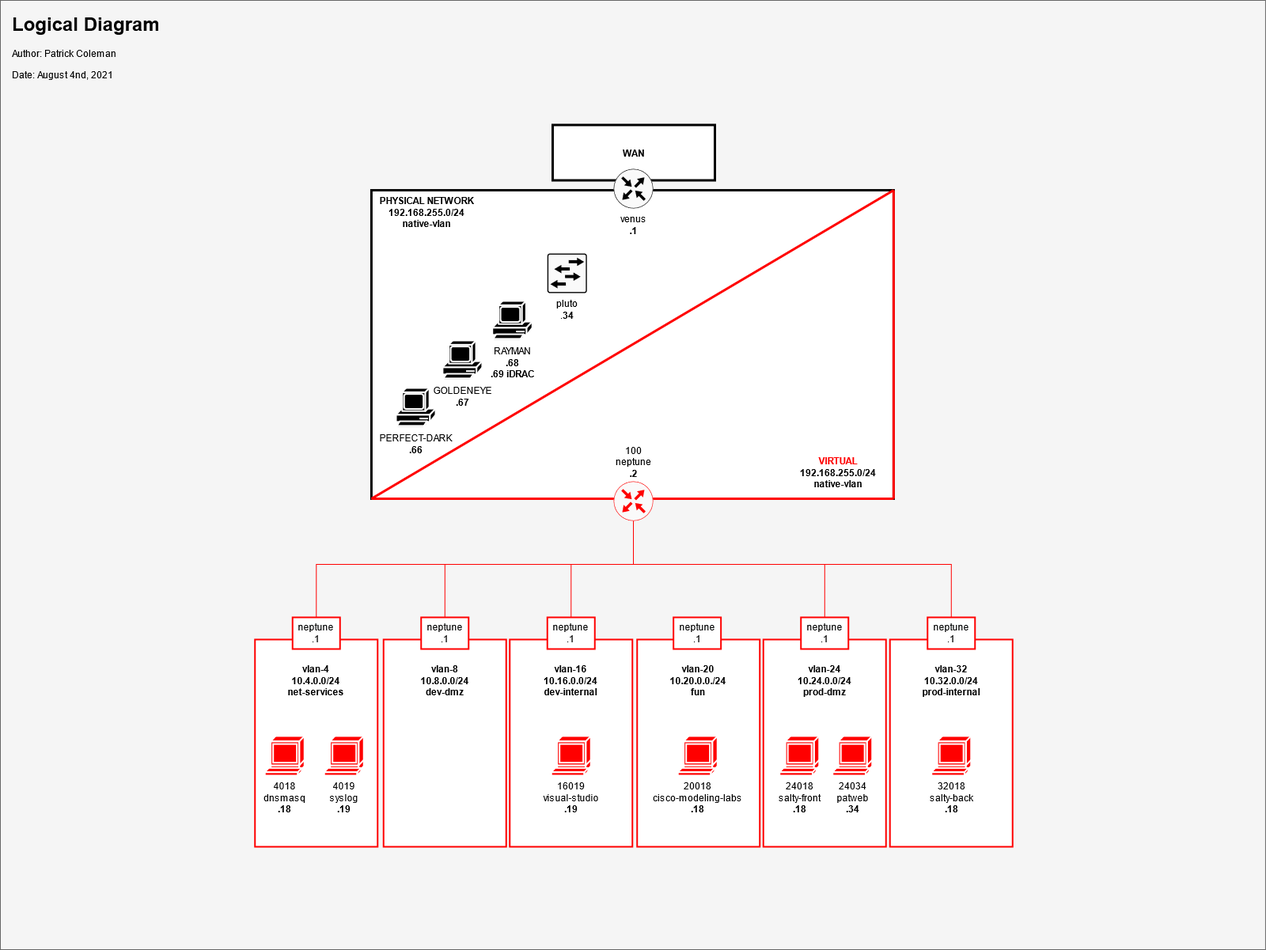
Before: app/static/img/homenet-logical.png, a diagram exported from draw.io (patbcole117/PatWeb). Source tidied: cells renumbered, new cells last; positions are measured from the earlier drawing's top-left corner, leaving out a move shared by most shapes.
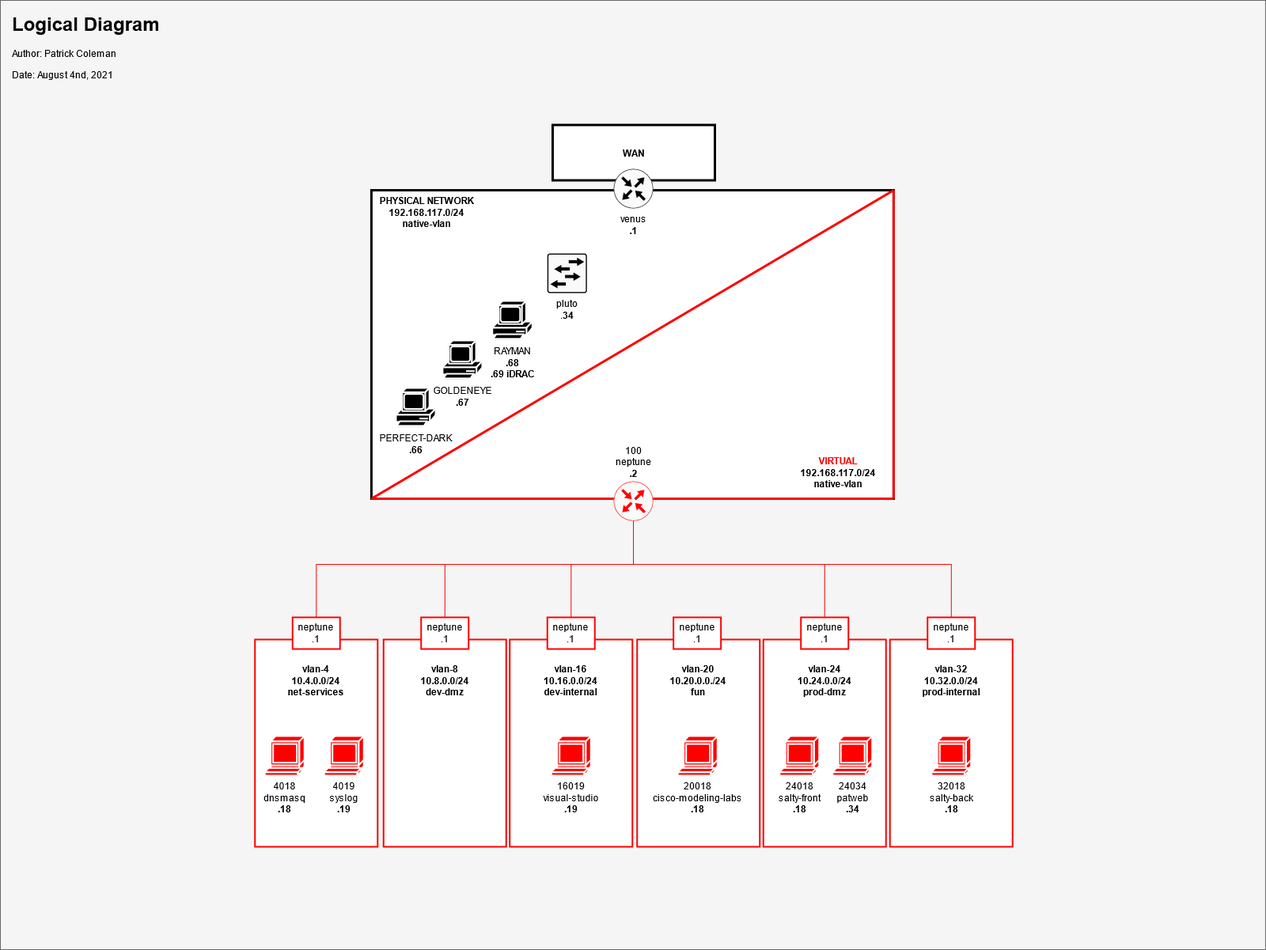
After the change.

Diff of the diagram source:
```diff
@@ -88,7 +88,7 @@
     <mxCell id="19" value="&lt;div&gt;venus&lt;/div&gt;&lt;div&gt;&lt;b&gt;.1&lt;/b&gt;&lt;br&gt;&lt;/div&gt;" style="verticalLabelPosition=bottom;html=1;verticalAlign=top;align=center;shape=mxgraph.cisco19.rect;prIcon=router;fillColor=#FAFAFA;" parent="1" vertex="1">
       <mxGeometry x="775" y="213" width="50" height="50" as="geometry" />
     </mxCell>
-    <mxCell id="20" value="&lt;div&gt;&lt;span&gt;PHYSICAL NETWORK&lt;/span&gt;&lt;br&gt;&lt;/div&gt;&lt;div&gt;192.168.255.0/24&lt;/div&gt;&lt;div&gt;native-vlan&lt;/div&gt;" style="text;html=1;strokeColor=none;fillColor=none;align=center;verticalAlign=middle;whiteSpace=wrap;rounded=0;labelBackgroundColor=none;fontColor=#000000;fontStyle=1;" parent="1" vertex="1">
+    <mxCell id="20" value="&lt;div&gt;&lt;span&gt;PHYSICAL NETWORK&lt;/span&gt;&lt;br&gt;&lt;/div&gt;&lt;div&gt;192.168.117.0/24&lt;/div&gt;&lt;div&gt;native-vlan&lt;/div&gt;" style="text;html=1;strokeColor=none;fillColor=none;align=center;verticalAlign=middle;whiteSpace=wrap;rounded=0;labelBackgroundColor=none;fontColor=#000000;fontStyle=1;" parent="1" vertex="1">
       <mxGeometry x="468.9" y="257.5" width="140" height="20" as="geometry" />
     </mxCell>
     <mxCell id="21" value="&lt;div&gt;vlan-4&lt;br&gt;&lt;/div&gt;&lt;div&gt;10.4.0.0/24&lt;/div&gt;&lt;div&gt;net-services&lt;br&gt;&lt;/div&gt;" style="text;html=1;strokeColor=none;fillColor=none;align=center;verticalAlign=middle;whiteSpace=wrap;rounded=0;labelBackgroundColor=none;fontColor=#000000;fontStyle=1;" parent="1" vertex="1">
@@ -109,7 +109,7 @@
     <mxCell id="26" style="endArrow=none;html=1;exitX=0;exitY=1;exitDx=0;exitDy=0;entryX=1;entryY=0;entryDx=0;entryDy=0;strokeColor=#FF0000;strokeWidth=3;" parent="1" edge="1" source="16" target="16">
       <mxGeometry x="-436.1" y="383" as="geometry" />
     </mxCell>
-    <mxCell id="27" value="&lt;div&gt;&lt;font color=&quot;#FF0000&quot;&gt;&lt;span&gt;VIRTUAL&lt;/span&gt;&lt;/font&gt;&lt;br&gt;&lt;/div&gt;&lt;div&gt;192.168.255.0/24&lt;/div&gt;&lt;div&gt;native-vlan&lt;/div&gt;" style="text;html=1;strokeColor=none;fillColor=none;align=center;verticalAlign=middle;whiteSpace=wrap;rounded=0;labelBackgroundColor=none;fontColor=#000000;fontStyle=1;" parent="1" vertex="1">
+    <mxCell id="27" value="&lt;div&gt;&lt;font color=&quot;#FF0000&quot;&gt;&lt;span&gt;VIRTUAL&lt;/span&gt;&lt;/font&gt;&lt;br&gt;&lt;/div&gt;&lt;div&gt;192.168.117.0/24&lt;/div&gt;&lt;div&gt;native-vlan&lt;/div&gt;" style="text;html=1;strokeColor=none;fillColor=none;align=center;verticalAlign=middle;whiteSpace=wrap;rounded=0;labelBackgroundColor=none;fontColor=#000000;fontStyle=1;" parent="1" vertex="1">
       <mxGeometry x="988.9" y="587" width="140" height="20" as="geometry" />
     </mxCell>
     <mxCell id="28" style="endArrow=none;html=1;strokeColor=#FF0000;strokeWidth=3;exitX=1;exitY=1;exitDx=0;exitDy=0;entryX=1;entryY=0;entryDx=0;entryDy=0;" parent="1" edge="1" source="16" target="16">
```
